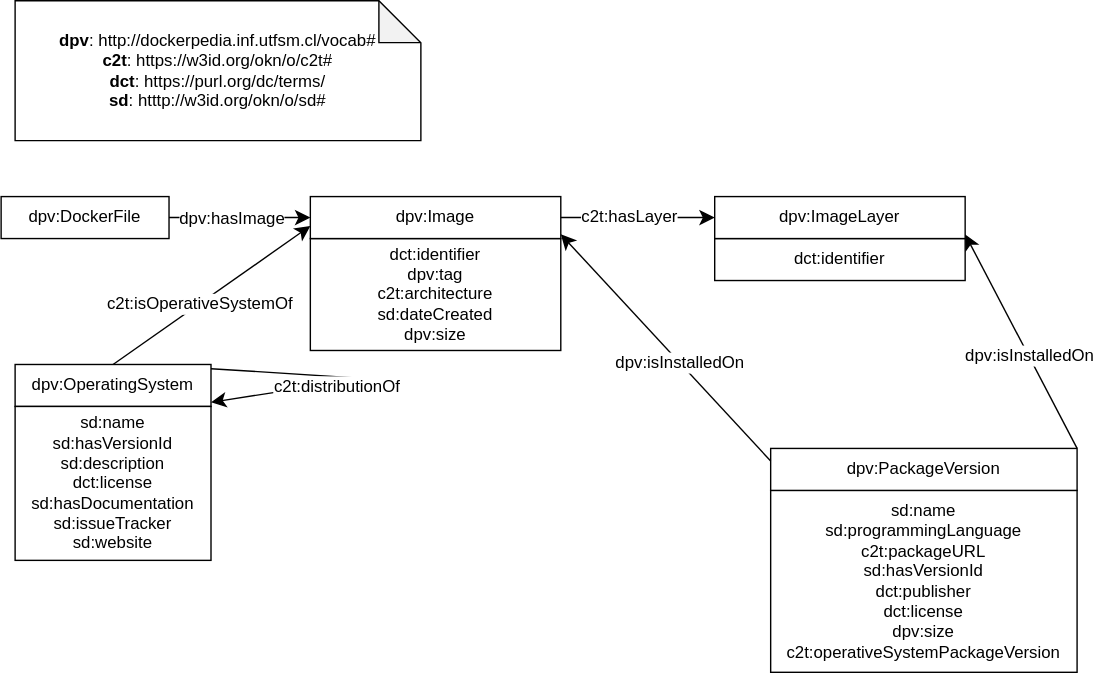
Earlier version of the draw.io export onto_documentation/images/diagram.svg (osoc-es/c2t). Source tidied: cells renumbered, new cells last; positions are measured from the earlier drawing's top-left corner, leaving out a move shared by most shapes.
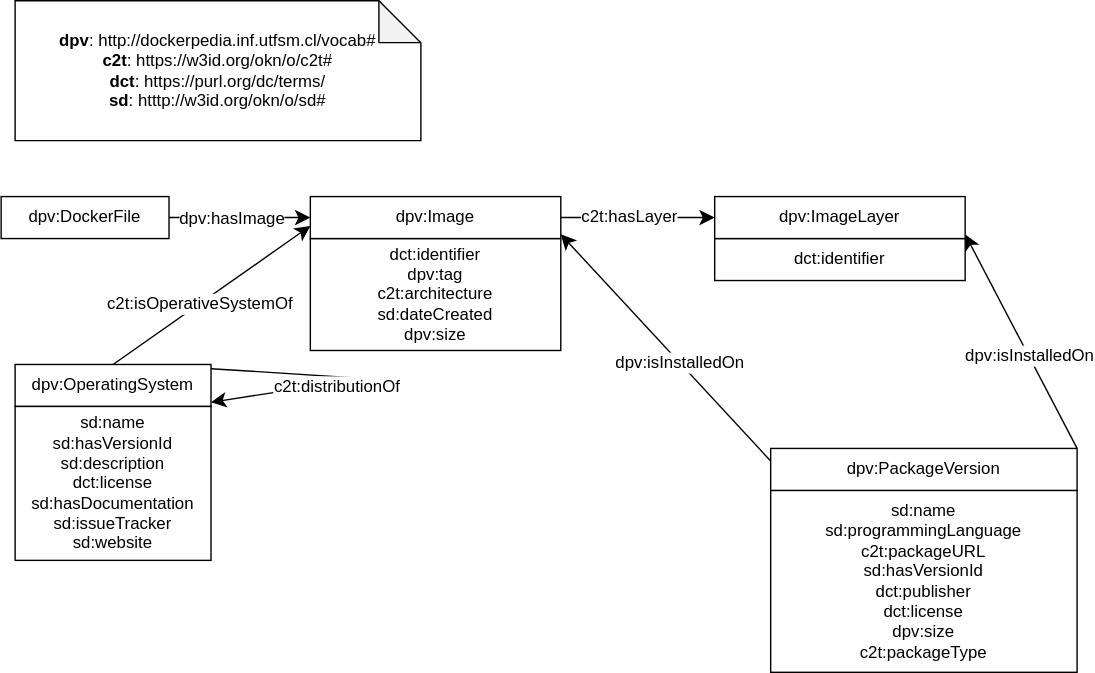
The same diagram one commit later.

What changed in the source:
```diff
@@ -20,7 +20,7 @@
     <mxCell id="7" value="dpv:ImageLayer" style="rounded=0;whiteSpace=wrap;html=1;snapToPoint=1;points=[[0.1,0],[0.2,0],[0.3,0],[0.4,0],[0.5,0],[0.6,0],[0.7,0],[0.8,0],[0.9,0],[0,0.1],[0,0.3],[0,0.5],[0,0.7],[0,0.9],[0.1,1],[0.2,1],[0.3,1],[0.4,1],[0.5,1],[0.6,1],[0.7,1],[0.8,1],[0.9,1],[1,0.1],[1,0.3],[1,0.5],[1,0.7],[1,0.9]];" parent="1" vertex="1">
       <mxGeometry x="510" y="140" width="179" height="30" as="geometry" />
     </mxCell>
-    <mxCell id="8" value="sd:name&lt;br&gt;sd:programmingLanguage&lt;br&gt;c2t:packageURL&lt;br&gt;sd:hasVersionId&lt;br&gt;dct:publisher&lt;br&gt;dct:license&lt;br&gt;dpv:size&lt;br&gt;c2t:operativeSystemPackageVersion" style="rounded=0;whiteSpace=wrap;html=1;" parent="1" vertex="1">
+    <mxCell id="8" value="sd:name&lt;br&gt;sd:programmingLanguage&lt;br&gt;c2t:packageURL&lt;br&gt;sd:hasVersionId&lt;br&gt;dct:publisher&lt;br&gt;dct:license&lt;br&gt;dpv:size&lt;br&gt;c2t:packageType" style="rounded=0;whiteSpace=wrap;html=1;" parent="1" vertex="1">
       <mxGeometry x="550" y="350" width="219" height="130" as="geometry" />
     </mxCell>
     <mxCell id="9" value="dpv:PackageVersion" style="rounded=0;whiteSpace=wrap;html=1;snapToPoint=1;points=[[0.1,0],[0.2,0],[0.3,0],[0.4,0],[0.5,0],[0.6,0],[0.7,0],[0.8,0],[0.9,0],[0,0.1],[0,0.3],[0,0.5],[0,0.7],[0,0.9],[0.1,1],[0.2,1],[0.3,1],[0.4,1],[0.5,1],[0.6,1],[0.7,1],[0.8,1],[0.9,1],[1,0.1],[1,0.3],[1,0.5],[1,0.7],[1,0.9]];" parent="1" vertex="1">
```
